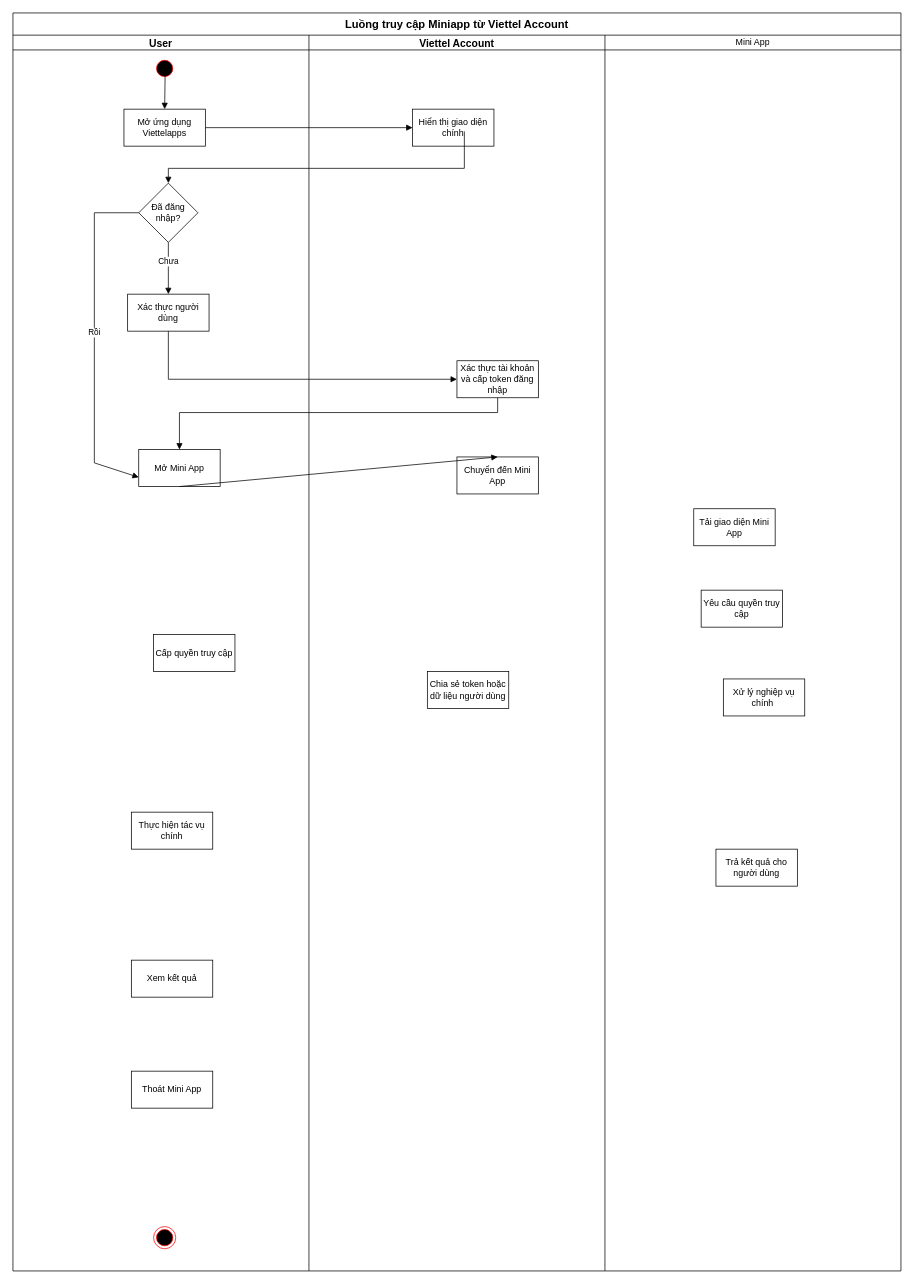
Before: page "Trang-2" (2 of 2) of ViettelID.drawio in NamKhanhIT2/draw, a draw.io diagram. Source tidied: cells renumbered, new cells numbered last; positions are measured from the earlier drawing's top-left corner, leaving out a move shared by most shapes. Both pictures are drawn from the tidied source at 74%, with x=0, y=0 at pixel (13, 13).
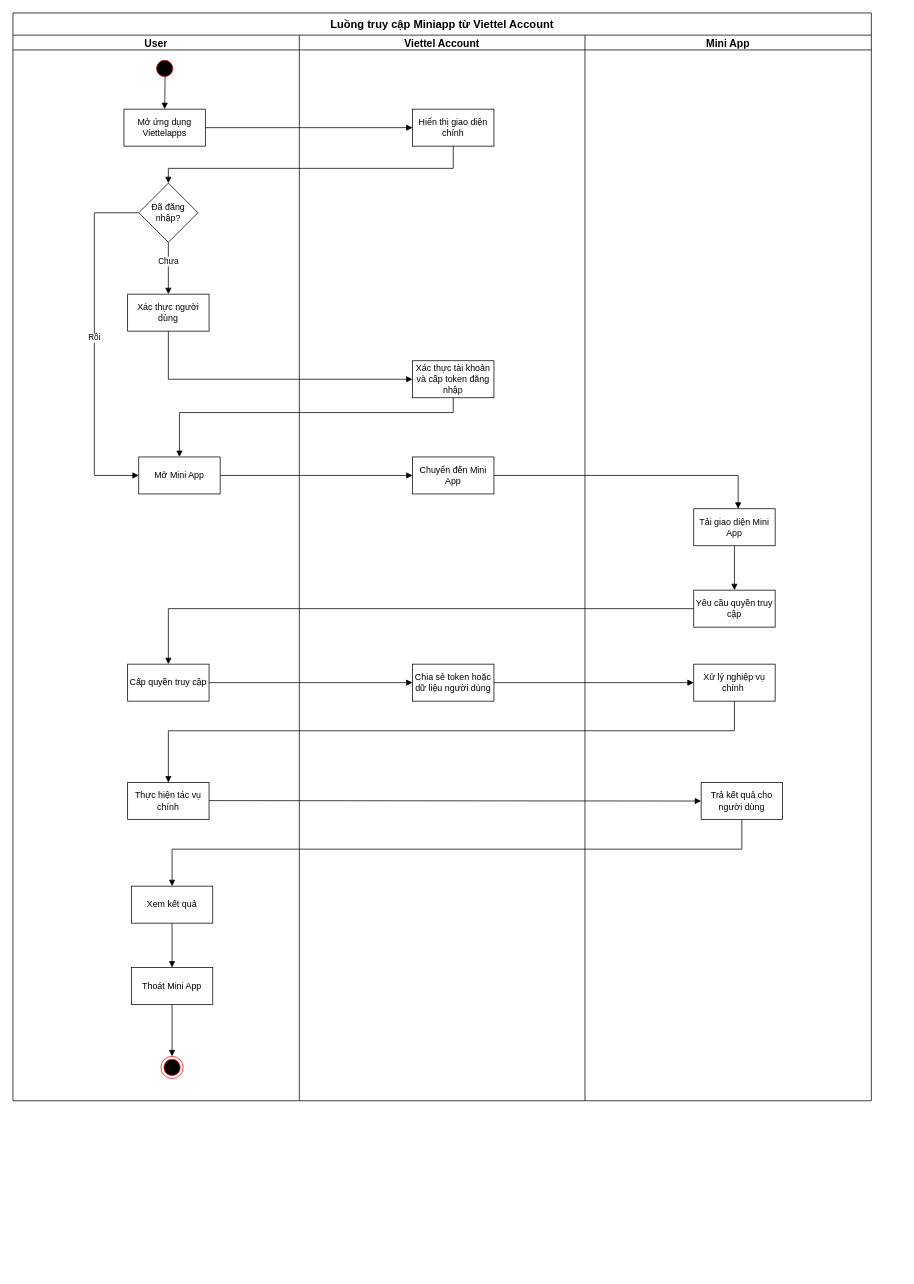
Above is the later version.

Commit message (it also covers changes not shown here):
Cập nhật ViettelID.drawio

The change refers to these unchanged cells:
```xml
<mxCell id="13" value="Hiển thị giao diện chính" style="html=1;whiteSpace=wrap;" parent="1" vertex="1">
  <mxGeometry x="540" y="130" width="110" height="50" as="geometry" />
</mxCell>
<mxCell id="24" value="Đã đăng nhập?" style="rhombus;whiteSpace=wrap;html=1;" parent="1" vertex="1">
  <mxGeometry x="170" y="230" width="80" height="80" as="geometry" />
</mxCell>
<mxCell id="25" value="Tải giao diện Mini App" style="html=1;whiteSpace=wrap;" parent="1" vertex="1">
  <mxGeometry x="920" y="670" width="110" height="50" as="geometry" />
</mxCell>
```

Change to the diagram source:
```diff
@@
     <mxCell id="2" value="Luồng truy cập Miniapp từ Viettel Account" style="shape=table;startSize=30;childLayout=tableLayout;fontSize=15;fontStyle=1;" parent="1" vertex="1">
-      <mxGeometry width="1200" height="1700" as="geometry" />
+      <mxGeometry width="1160" height="1470" as="geometry" />
     </mxCell>
     <mxCell id="3" style="shape=tableRow;horizontal=0;startSize=0;swimlaneHead=0;swimlaneBody=0;strokeColor=inherit;top=0;left=0;bottom=0;right=0;fillColor=none;" parent="2" vertex="1">
-      <mxGeometry y="30" width="1200" height="20" as="geometry" />
+      <mxGeometry y="30" width="1160" height="20" as="geometry" />
     </mxCell>
     <mxCell id="4" value="&lt;font style=&quot;font-size: 14px;&quot;&gt;&lt;b&gt;User&lt;/b&gt;&lt;/font&gt;" style="shape=partialRectangle;html=1;whiteSpace=wrap;strokeColor=inherit;overflow=hidden;fillColor=none;top=0;left=0;bottom=0;right=0;" parent="3" vertex="1">
-      <mxGeometry width="400" height="20" as="geometry" />
+      <mxGeometry width="387" height="20" as="geometry" />
     </mxCell>
     <mxCell id="5" value="&lt;font style=&quot;font-size: 14px;&quot;&gt;&lt;b&gt;Viettel Account&lt;/b&gt;&lt;/font&gt;" style="shape=partialRectangle;html=1;whiteSpace=wrap;strokeColor=inherit;overflow=hidden;fillColor=none;top=0;left=0;bottom=0;right=0;" parent="3" vertex="1">
-      <mxGeometry x="400" width="400" height="20" as="geometry" />
+      <mxGeometry x="387" width="386" height="20" as="geometry" />
     </mxCell>
-    <mxCell id="6" value="Mini App" style="shape=partialRectangle;html=1;whiteSpace=wrap;strokeColor=inherit;overflow=hidden;fillColor=none;top=0;left=0;bottom=0;right=0;" parent="3" vertex="1">
-      <mxGeometry x="800" width="400" height="20" as="geometry" />
+    <mxCell id="6" value="&lt;font style=&quot;font-size: 14px;&quot;&gt;&lt;b&gt;Mini App&lt;/b&gt;&lt;/font&gt;" style="shape=partialRectangle;html=1;whiteSpace=wrap;strokeColor=inherit;overflow=hidden;fillColor=none;top=0;left=0;bottom=0;right=0;" parent="3" vertex="1">
+      <mxGeometry x="773" width="387" height="20" as="geometry" />
     </mxCell>
     <mxCell id="7" style="shape=tableRow;horizontal=0;startSize=0;swimlaneHead=0;swimlaneBody=0;strokeColor=inherit;top=0;left=0;bottom=0;right=0;fillColor=none;" parent="2" vertex="1">
-      <mxGeometry y="50" width="1200" height="1650" as="geometry" />
+      <mxGeometry y="50" width="1160" height="1420" as="geometry" />
     </mxCell>
     <mxCell id="8" style="shape=partialRectangle;html=1;whiteSpace=wrap;strokeColor=inherit;overflow=hidden;fillColor=none;top=0;left=0;bottom=0;right=0;" parent="7" vertex="1">
-      <mxGeometry width="400" height="1650" as="geometry" />
+      <mxGeometry width="387" height="1420" as="geometry" />
     </mxCell>
     <mxCell id="9" style="shape=partialRectangle;html=1;whiteSpace=wrap;strokeColor=inherit;overflow=hidden;fillColor=none;top=0;left=0;bottom=0;right=0;" parent="7" vertex="1">
-      <mxGeometry x="400" width="400" height="1650" as="geometry" />
+      <mxGeometry x="387" width="386" height="1420" as="geometry" />
     </mxCell>
     <mxCell id="10" style="shape=partialRectangle;html=1;whiteSpace=wrap;strokeColor=inherit;overflow=hidden;fillColor=none;top=0;left=0;bottom=0;right=0;" parent="7" vertex="1">
-      <mxGeometry x="800" width="400" height="1650" as="geometry" />
+      <mxGeometry x="773" width="387" height="1420" as="geometry" />
     </mxCell>
@@
     <mxCell id="15" value="Xác thực tài khoản và cấp token đăng nhập" style="html=1;whiteSpace=wrap;" parent="1" vertex="1">
-      <mxGeometry x="600" y="470" width="110" height="50" as="geometry" />
+      <mxGeometry x="540" y="470" width="110" height="50" as="geometry" />
     </mxCell>
     <mxCell id="16" value="Mở Mini App" style="html=1;whiteSpace=wrap;" parent="1" vertex="1">
-      <mxGeometry x="170" y="590" width="110" height="50" as="geometry" />
+      <mxGeometry x="170" y="600" width="110" height="50" as="geometry" />
     </mxCell>
     <mxCell id="17" value="Chuyển đến Mini App" style="html=1;whiteSpace=wrap;" parent="1" vertex="1">
-      <mxGeometry x="600" y="600" width="110" height="50" as="geometry" />
+      <mxGeometry x="540" y="600" width="110" height="50" as="geometry" />
     </mxCell>
@@
     <mxCell id="21" style="html=1;verticalAlign=bottom;endArrow=block;curved=0;rounded=0;entryX=0.5;entryY=0;entryDx=0;entryDy=0;exitX=0.5;exitY=1;exitDx=0;exitDy=0;" parent="1" edge="1" source="15" target="16">
       <mxGeometry relative="1" as="geometry">
         <Array as="points">
-          <mxPoint x="655" y="540" />
+          <mxPoint x="595" y="540" />
           <mxPoint x="225" y="540" />
         </Array>
       </mxGeometry>
     </mxCell>
-    <mxCell id="22" style="html=1;verticalAlign=bottom;endArrow=block;curved=0;rounded=0;entryX=0.5;entryY=0;entryDx=0;entryDy=0;exitX=0.5;exitY=1;exitDx=0;exitDy=0;" parent="1" edge="1" source="16" target="17">
+    <mxCell id="22" style="html=1;verticalAlign=bottom;endArrow=block;curved=0;rounded=0;entryX=0;entryY=0.5;entryDx=0;entryDy=0;exitX=1;exitY=0.5;exitDx=0;exitDy=0;" parent="1" edge="1" source="16" target="17">
       <mxGeometry relative="1" as="geometry" />
     </mxCell>
     <mxCell id="23" style="ellipse;html=1;shape=endState;fillColor=#000000;strokeColor=#ff0000;" parent="1" vertex="1">
-      <mxGeometry x="190" y="1640" width="30" height="30" as="geometry" />
+      <mxGeometry x="200" y="1410" width="30" height="30" as="geometry" />
     </mxCell>
@@
     <mxCell id="26" value="Yêu cầu quyền truy cập" style="html=1;whiteSpace=wrap;" parent="1" vertex="1">
-      <mxGeometry x="930" y="780" width="110" height="50" as="geometry" />
+      <mxGeometry x="920" y="780" width="110" height="50" as="geometry" />
     </mxCell>
     <mxCell id="27" value="Cấp quyền truy cập" style="html=1;whiteSpace=wrap;" parent="1" vertex="1">
-      <mxGeometry x="190" y="840" width="110" height="50" as="geometry" />
+      <mxGeometry x="155" y="880" width="110" height="50" as="geometry" />
     </mxCell>
     <mxCell id="28" value="Chia sẻ token hoặc dữ liệu người dùng" style="html=1;whiteSpace=wrap;" parent="1" vertex="1">
-      <mxGeometry x="560" y="890" width="110" height="50" as="geometry" />
+      <mxGeometry x="540" y="880" width="110" height="50" as="geometry" />
     </mxCell>
     <mxCell id="29" value="Xử lý nghiệp vụ chính&amp;nbsp;" style="html=1;whiteSpace=wrap;" parent="1" vertex="1">
-      <mxGeometry x="960" y="900" width="110" height="50" as="geometry" />
+      <mxGeometry x="920" y="880" width="110" height="50" as="geometry" />
     </mxCell>
     <mxCell id="30" value="Thực hiện tác vụ chính" style="html=1;whiteSpace=wrap;" parent="1" vertex="1">
-      <mxGeometry x="160" y="1080" width="110" height="50" as="geometry" />
+      <mxGeometry x="155" y="1040" width="110" height="50" as="geometry" />
     </mxCell>
     <mxCell id="31" value="Trả kết quả cho người dùng" style="html=1;whiteSpace=wrap;" parent="1" vertex="1">
-      <mxGeometry x="950" y="1130" width="110" height="50" as="geometry" />
+      <mxGeometry x="930" y="1040" width="110" height="50" as="geometry" />
     </mxCell>
     <mxCell id="32" value="Xem kết quả" style="html=1;whiteSpace=wrap;" parent="1" vertex="1">
-      <mxGeometry x="160" y="1280" width="110" height="50" as="geometry" />
+      <mxGeometry x="160" y="1180" width="110" height="50" as="geometry" />
     </mxCell>
     <mxCell id="33" value="Thoát Mini App" style="html=1;whiteSpace=wrap;" parent="1" vertex="1">
-      <mxGeometry x="160" y="1430" width="110" height="50" as="geometry" />
+      <mxGeometry x="160" y="1290" width="110" height="50" as="geometry" />
     </mxCell>
-    <mxCell id="34" style="html=1;verticalAlign=bottom;endArrow=block;curved=0;rounded=0;entryX=0.5;entryY=0;entryDx=0;entryDy=0;" parent="1" edge="1" target="24">
+    <mxCell id="34" style="html=1;verticalAlign=bottom;endArrow=block;curved=0;rounded=0;entryX=0.5;entryY=0;entryDx=0;entryDy=0;exitX=0.5;exitY=1;exitDx=0;exitDy=0;" parent="1" edge="1" source="13" target="24">
       <mxGeometry relative="1" as="geometry">
-        <mxPoint x="610" y="160" as="sourcePoint" />
         <Array as="points">
-          <mxPoint x="610" y="210" />
+          <mxPoint x="595" y="210" />
           <mxPoint x="210" y="210" />
         </Array>
       </mxGeometry>
     </mxCell>
@@
-    <mxCell id="36" value="Rồi" style="html=1;verticalAlign=bottom;endArrow=block;curved=0;rounded=0;exitX=0;exitY=0.5;exitDx=0;exitDy=0;entryX=0;entryY=0.75;entryDx=0;entryDy=0;" parent="1" edge="1" source="24" target="16">
+    <mxCell id="36" value="Rồi" style="html=1;verticalAlign=bottom;endArrow=block;curved=0;rounded=0;exitX=0;exitY=0.5;exitDx=0;exitDy=0;" parent="1" edge="1" source="24" target="16">
       <mxGeometry relative="1" as="geometry">
         <Array as="points">
           <mxPoint x="110" y="270" />
-          <mxPoint x="110" y="608" />
+          <mxPoint x="110" y="625" />
         </Array>
       </mxGeometry>
     </mxCell>
+    <mxCell id="37" style="html=1;verticalAlign=bottom;endArrow=block;curved=0;rounded=0;exitX=1;exitY=0.5;exitDx=0;exitDy=0;" parent="1" edge="1" source="17">
+      <mxGeometry relative="1" as="geometry">
+        <mxPoint x="980" y="670" as="targetPoint" />
+        <Array as="points">
+          <mxPoint x="980" y="625" />
+        </Array>
+      </mxGeometry>
+    </mxCell>
+    <mxCell id="38" style="html=1;verticalAlign=bottom;endArrow=block;curved=0;rounded=0;exitX=0.5;exitY=1;exitDx=0;exitDy=0;" parent="1" edge="1" source="25" target="26">
+      <mxGeometry relative="1" as="geometry" />
+    </mxCell>
+    <mxCell id="39" style="html=1;verticalAlign=bottom;endArrow=block;curved=0;rounded=0;entryX=0.5;entryY=0;entryDx=0;entryDy=0;exitX=0;exitY=0.5;exitDx=0;exitDy=0;" parent="1" edge="1" source="26" target="27">
+      <mxGeometry relative="1" as="geometry">
+        <Array as="points">
+          <mxPoint x="210" y="805" />
+        </Array>
+      </mxGeometry>
+    </mxCell>
+    <mxCell id="40" style="html=1;verticalAlign=bottom;endArrow=block;curved=0;rounded=0;entryX=0;entryY=0.5;entryDx=0;entryDy=0;exitX=1;exitY=0.5;exitDx=0;exitDy=0;" parent="1" edge="1" source="27" target="28">
+      <mxGeometry relative="1" as="geometry" />
+    </mxCell>
+    <mxCell id="41" style="html=1;verticalAlign=bottom;endArrow=block;curved=0;rounded=0;entryX=0;entryY=0.5;entryDx=0;entryDy=0;exitX=1;exitY=0.5;exitDx=0;exitDy=0;" parent="1" edge="1" source="28" target="29">
+      <mxGeometry relative="1" as="geometry" />
+    </mxCell>
+    <mxCell id="42" style="html=1;verticalAlign=bottom;endArrow=block;curved=0;rounded=0;exitX=0.5;exitY=1;exitDx=0;exitDy=0;entryX=0.5;entryY=0;entryDx=0;entryDy=0;" parent="1" edge="1" source="29" target="30">
+      <mxGeometry relative="1" as="geometry">
+        <Array as="points">
+          <mxPoint x="975" y="970" />
+          <mxPoint x="210" y="970" />
+        </Array>
+      </mxGeometry>
+    </mxCell>
+    <mxCell id="43" style="html=1;verticalAlign=bottom;endArrow=block;curved=0;rounded=0;entryX=0;entryY=0.5;entryDx=0;entryDy=0;" parent="1" edge="1" target="31">
+      <mxGeometry relative="1" as="geometry">
+        <mxPoint x="265" y="1064.4" as="sourcePoint" />
+      </mxGeometry>
+    </mxCell>
+    <mxCell id="44" style="html=1;verticalAlign=bottom;endArrow=block;curved=0;rounded=0;exitX=0.5;exitY=1;exitDx=0;exitDy=0;entryX=0.5;entryY=0;entryDx=0;entryDy=0;" parent="1" edge="1" source="31" target="32">
+      <mxGeometry relative="1" as="geometry">
+        <Array as="points">
+          <mxPoint x="985" y="1130" />
+          <mxPoint x="215" y="1130" />
+        </Array>
+      </mxGeometry>
+    </mxCell>
+    <mxCell id="45" style="html=1;verticalAlign=bottom;endArrow=block;curved=0;rounded=0;exitX=0.5;exitY=1;exitDx=0;exitDy=0;entryX=0.5;entryY=0;entryDx=0;entryDy=0;" parent="1" edge="1" source="32" target="33">
+      <mxGeometry relative="1" as="geometry" />
+    </mxCell>
+    <mxCell id="46" style="html=1;verticalAlign=bottom;endArrow=block;curved=0;rounded=0;exitX=0.5;exitY=1;exitDx=0;exitDy=0;entryX=0.5;entryY=0;entryDx=0;entryDy=0;" parent="1" edge="1" source="33" target="23">
+      <mxGeometry relative="1" as="geometry" />
+    </mxCell>
```
